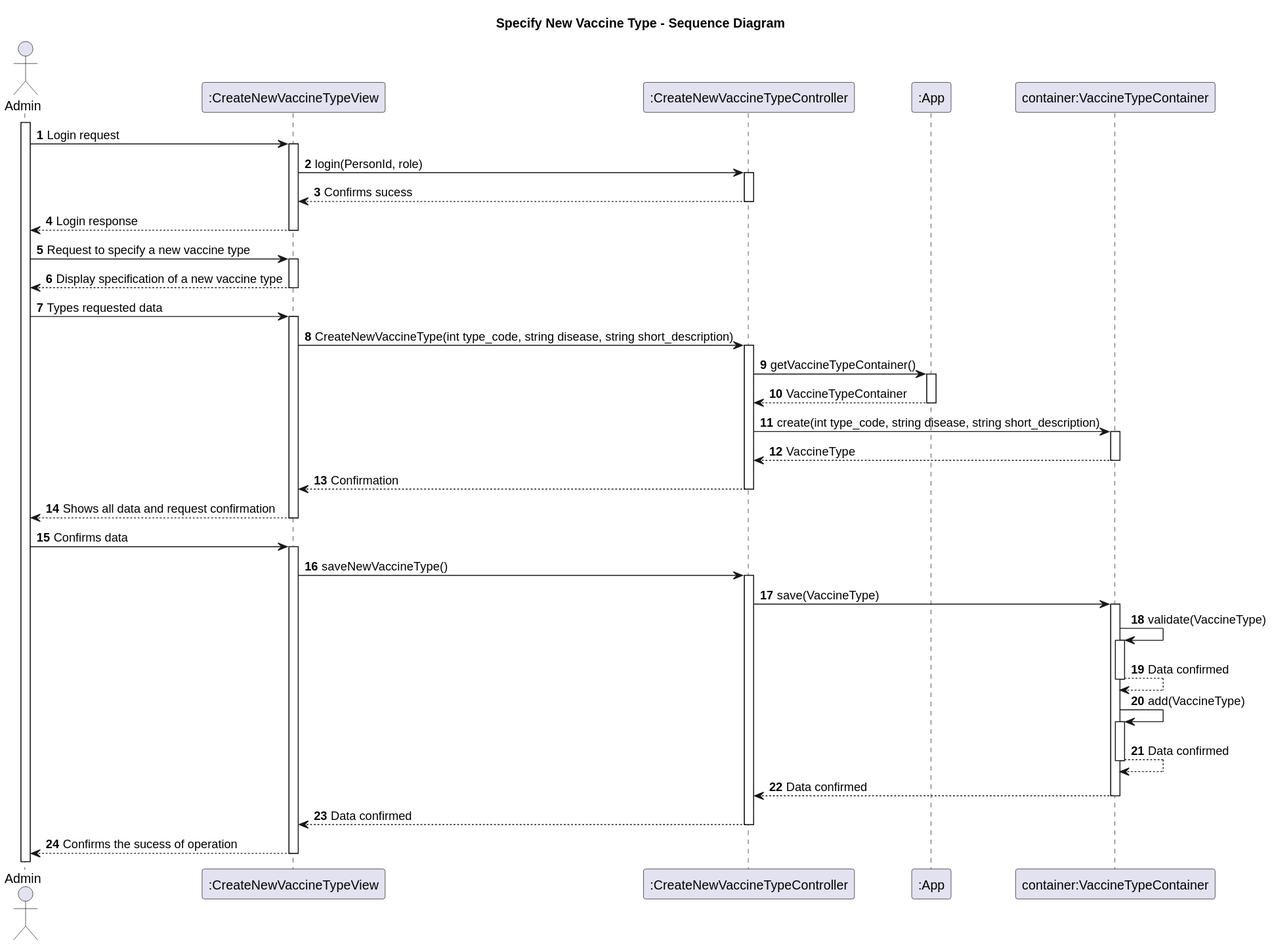
The PlantUML diagram docs/Sprint2/US10/svg/US10-SD.svg in Parafita123/leti-esoft-25-26-B1, before a commit.
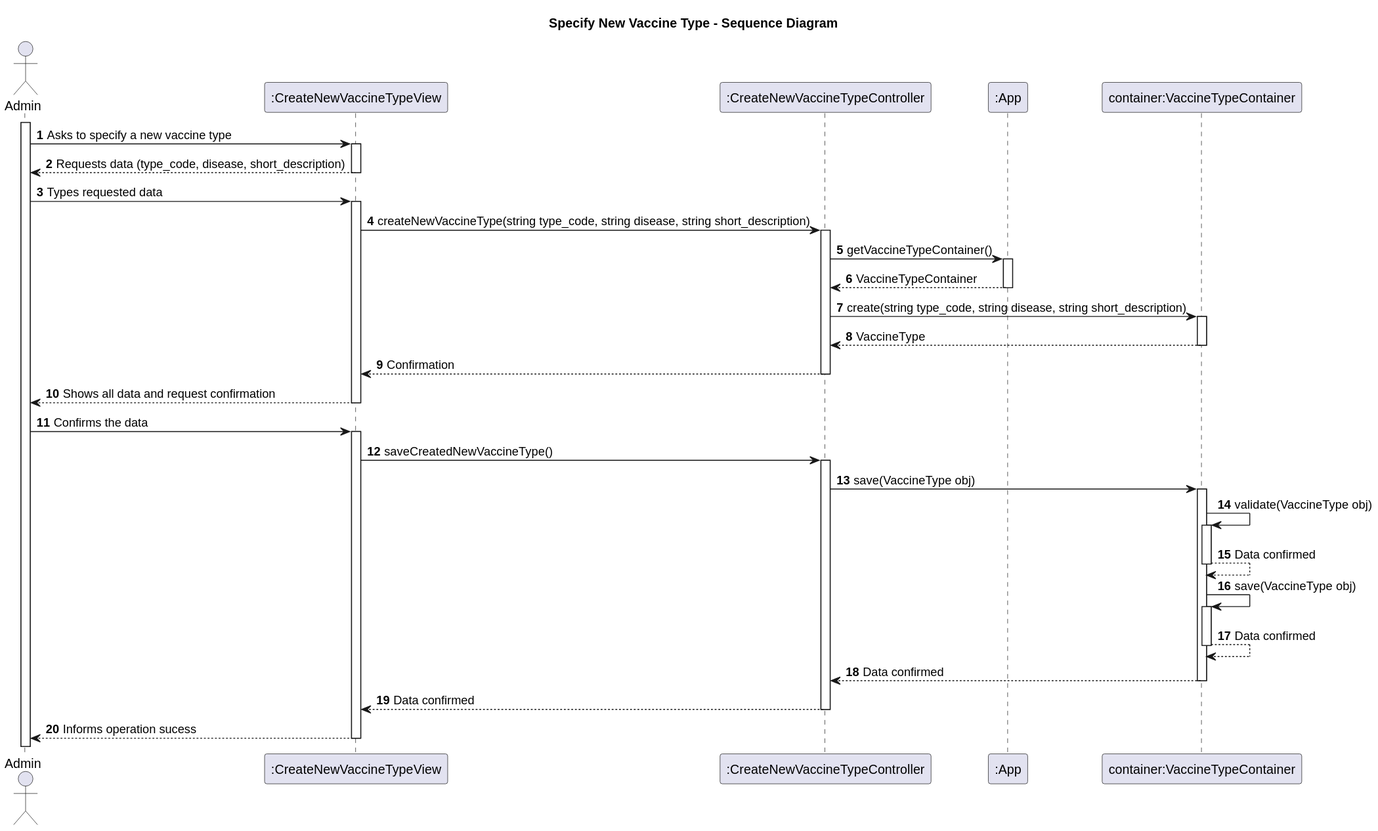
After the change.

The edit, as a diff of the source:
```diff
@@ -12,29 +12,25 @@
 
 activate admin
 
-admin -> view: Login request
-view -> ctrl: login(PersonId, role)
-ctrl --> view: Confirms sucess
-view --> admin: Login response
+admin -> view: Asks to specify a new vaccine type
+view --> admin: Requests data (type_code, disease, short_description)
+admin -> view: Types requested data
+view -> ctrl: createNewVaccineType(string type_code, string disease, string short_description)
 
-admin -> view: Request to specify a new vaccine type
-view --> admin: Display specification of a new vaccine type
-admin -> view: Types requested data
-view -> ctrl: CreateNewVaccineType(int type_code, string disease, string short_description)
 ctrl -> app: getVaccineTypeContainer()
 app --> ctrl: VaccineTypeContainer
-ctrl -> container: create(int type_code, string disease, string short_description)
+ctrl -> container: create(string type_code, string disease, string short_description)
 container --> ctrl: VaccineType
 ctrl --> view: Confirmation
 view --> admin: Shows all data and request confirmation
-admin -> view: Confirms data
-view -> ctrl: saveNewVaccineType()
-ctrl -> container: save(VaccineType)
-container -> container: validate(VaccineType)
+admin -> view: Confirms the data
+view -> ctrl: saveCreatedNewVaccineType()
+ctrl -> container: save(VaccineType obj)
+container -> container: validate(VaccineType obj)
 container --> container: Data confirmed
-container -> container: add(VaccineType)
+container -> container: save(VaccineType obj)
 container --> container: Data confirmed
 container --> ctrl: Data confirmed
 ctrl --> view: Data confirmed
-view --> admin: Confirms the sucess of operation
+view --> admin: Informs operation sucess
 @enduml
```
